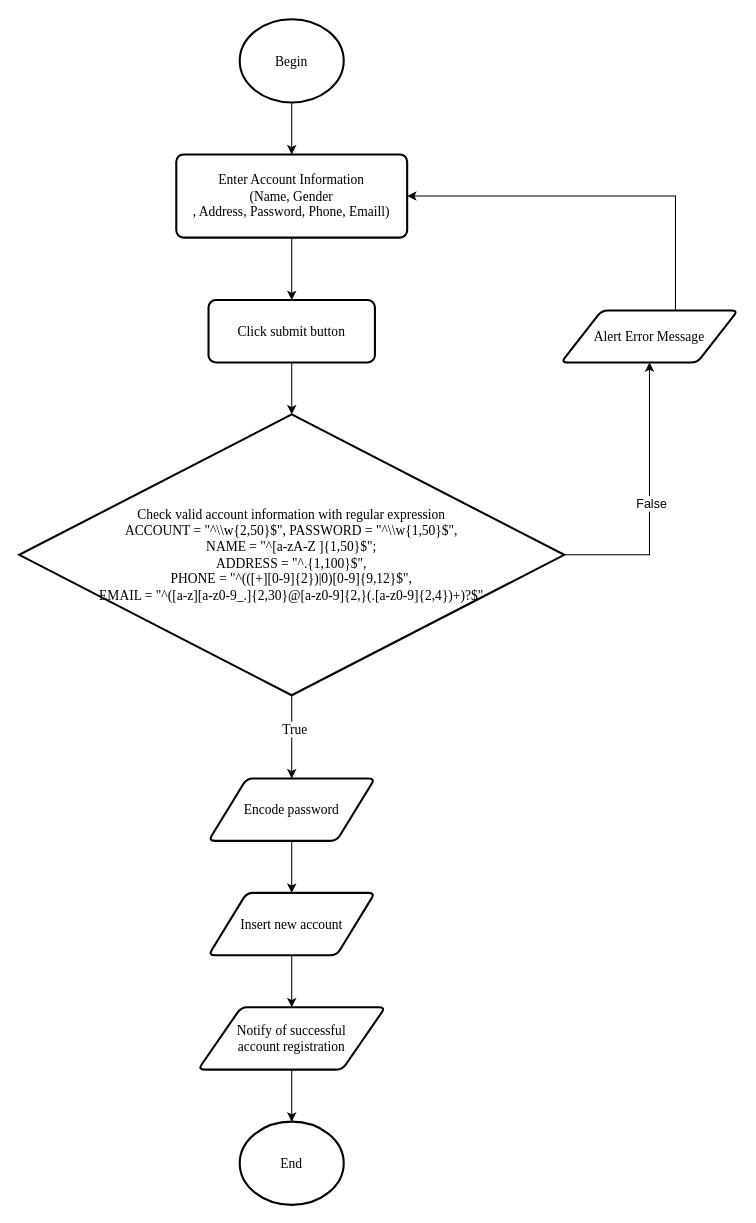
daomtthuan/do-an keeps this draw.io diagram as page "Register" (1 of 12) of document/diagram/flowchar_ver2.drawio. Above is the earlier version. Source tidied: cells renumbered, new cells numbered last; positions are measured from the earlier drawing's top-left corner, leaving out a move shared by most shapes. Both pictures are drawn from the tidied source at 104%, with x=0, y=0 at pixel (19, 19).
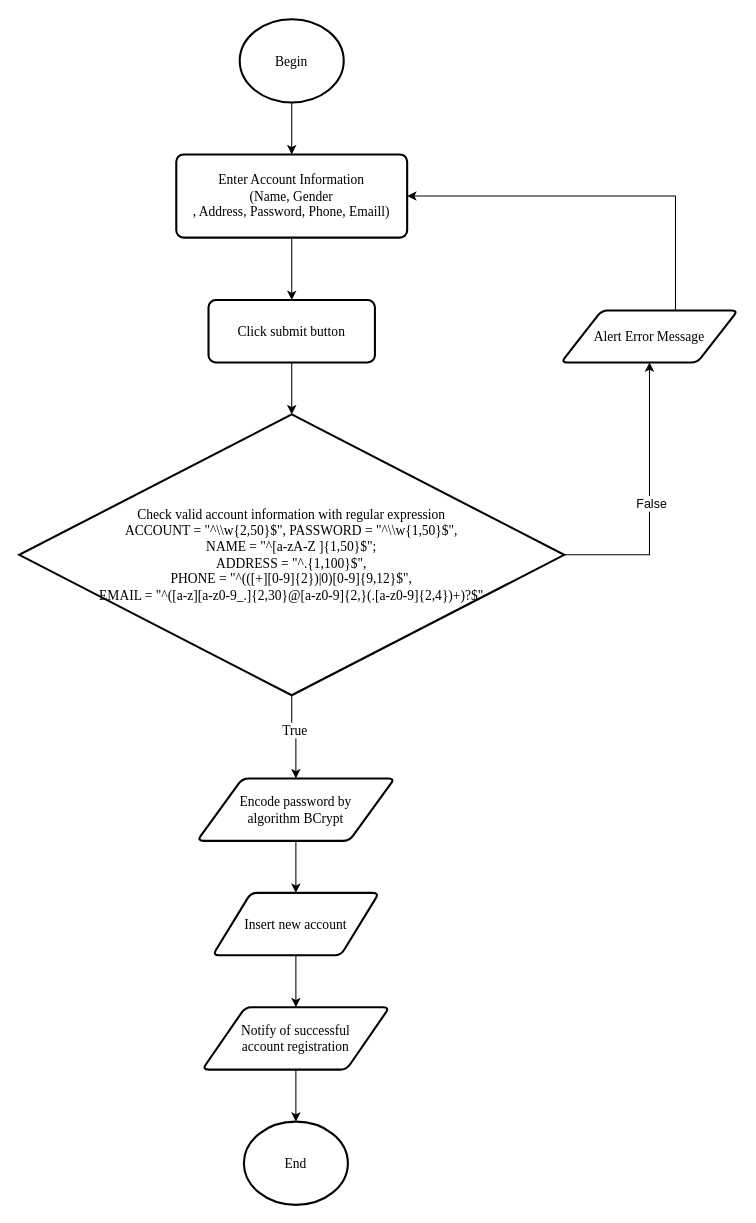
The same diagram, later.

The edit, as a diff of the source:
```diff
@@
     <mxCell id="14" value="Insert new account" style="shape=parallelogram;html=1;strokeWidth=2;perimeter=parallelogramPerimeter;whiteSpace=wrap;rounded=1;arcSize=12;size=0.23;fontSize=13;fontFamily=Times New Roman;" parent="1" vertex="1">
-      <mxGeometry x="182" y="840" width="160" height="60" as="geometry" />
+      <mxGeometry x="186" y="840" width="160" height="60" as="geometry" />
     </mxCell>
@@
     <mxCell id="16" value="Notify of successful &lt;br style=&quot;font-size: 13px&quot;&gt;account registration" style="shape=parallelogram;html=1;strokeWidth=2;perimeter=parallelogramPerimeter;whiteSpace=wrap;rounded=1;arcSize=12;size=0.23;fontSize=13;fontFamily=Times New Roman;" parent="1" vertex="1">
-      <mxGeometry x="172" y="950" width="180" height="60" as="geometry" />
+      <mxGeometry x="176" y="950" width="180" height="60" as="geometry" />
     </mxCell>
     <mxCell id="17" value="End" style="strokeWidth=2;html=1;shape=mxgraph.flowchart.start_2;whiteSpace=wrap;fontSize=13;fontFamily=Times New Roman;" parent="1" vertex="1">
-      <mxGeometry x="212" y="1060" width="100" height="80" as="geometry" />
+      <mxGeometry x="216" y="1060" width="100" height="80" as="geometry" />
     </mxCell>
@@
-    <mxCell id="21" value="&lt;font face=&quot;Times New Roman&quot; style=&quot;font-size: 13px&quot;&gt;Encode password&lt;/font&gt;" style="shape=parallelogram;html=1;strokeWidth=2;perimeter=parallelogramPerimeter;whiteSpace=wrap;rounded=1;arcSize=12;size=0.23;" parent="1" vertex="1">
-      <mxGeometry x="182" y="730" width="160" height="60" as="geometry" />
+    <mxCell id="21" value="&lt;font face=&quot;Times New Roman&quot; style=&quot;font-size: 13px&quot;&gt;Encode password by &lt;br&gt;algorithm BCrypt&lt;/font&gt;" style="shape=parallelogram;html=1;strokeWidth=2;perimeter=parallelogramPerimeter;whiteSpace=wrap;rounded=1;arcSize=12;size=0.23;" parent="1" vertex="1">
+      <mxGeometry x="171" y="730" width="190" height="60" as="geometry" />
     </mxCell>
```
